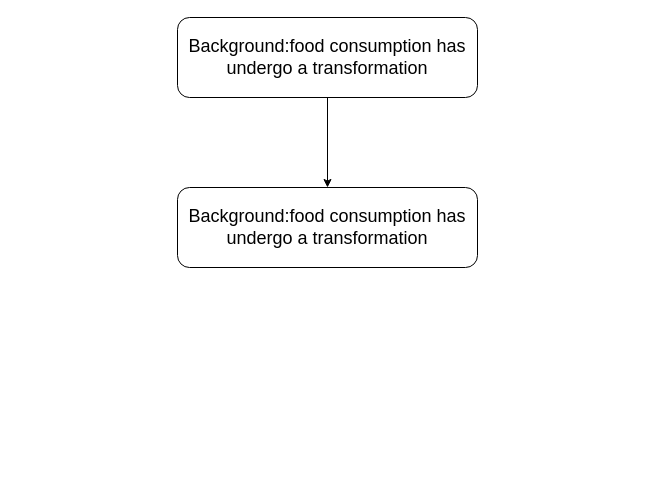
The draw.io diagram taxtmap.drawio in Hu1999824/hello-world, before the edit. Source tidied: cells renumbered, new cells numbered last; positions are measured from the earlier drawing's top-left corner, leaving out a move shared by most shapes. Both pictures are drawn from the tidied source at 100%, with x=0, y=0 at pixel (177, 17).
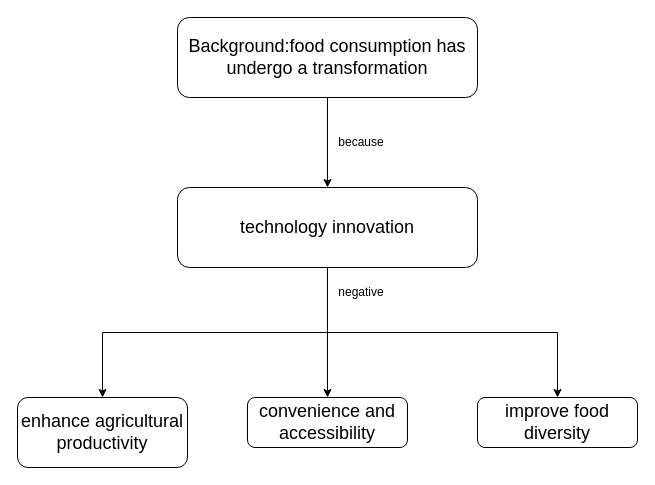
Above is the later version.

What changed in the source:
```diff
@@
 <mxGraphModel>
   <root>
     <mxCell id="0" />
     <mxCell id="1" parent="0" />
     <mxCell id="2" style="edgeStyle=orthogonalEdgeStyle;rounded=0;jettySize=auto;html=1;entryX=0.5;entryY=0;entryDx=0;entryDy=0;" parent="1" edge="1" source="3" target="4">
       <mxGeometry relative="1" as="geometry" />
     </mxCell>
     <mxCell id="3" value="&lt;font style=&quot;font-size: 18px;&quot;&gt;Background:food consumption has undergo a transformation&lt;/font&gt;" style="rounded=1;whiteSpace=wrap;html=1;fontSize=12;glass=0;strokeWidth=1;shadow=0;" parent="1" vertex="1">
       <mxGeometry width="300" height="80" as="geometry" />
     </mxCell>
+    <mxCell id="5" style="edgeStyle=orthogonalEdgeStyle;rounded=0;jettySize=auto;html=1;" parent="1" edge="1" source="4" target="9">
+      <mxGeometry relative="1" as="geometry" />
+    </mxCell>
+    <mxCell id="6" style="edgeStyle=orthogonalEdgeStyle;rounded=0;jettySize=auto;html=1;exitX=0.5;exitY=1;exitDx=0;exitDy=0;entryX=0.5;entryY=0;entryDx=0;entryDy=0;" parent="1" edge="1" source="4" target="11">
+      <mxGeometry relative="1" as="geometry" />
+    </mxCell>
+    <mxCell id="7" style="edgeStyle=orthogonalEdgeStyle;rounded=0;jettySize=auto;html=1;exitX=0.5;exitY=1;exitDx=0;exitDy=0;" parent="1" edge="1" source="4" target="12">
+      <mxGeometry relative="1" as="geometry" />
+    </mxCell>
-    <mxCell id="4" value="&lt;font style=&quot;font-size: 18px;&quot;&gt;Background:food consumption has undergo a transformation&lt;/font&gt;" style="rounded=1;whiteSpace=wrap;html=1;fontSize=12;glass=0;strokeWidth=1;shadow=0;" parent="1" vertex="1">
+    <mxCell id="4" value="&lt;font style=&quot;font-size: 18px;&quot;&gt;technology innovation&lt;/font&gt;" style="rounded=1;whiteSpace=wrap;html=1;fontSize=12;glass=0;strokeWidth=1;shadow=0;" parent="1" vertex="1">
       <mxGeometry y="170" width="300" height="80" as="geometry" />
     </mxCell>
+    <mxCell id="8" value="because" style="text;strokeColor=none;align=center;fillColor=none;html=1;verticalAlign=middle;whiteSpace=wrap;rounded=0;" parent="1" vertex="1">
+      <mxGeometry x="154" y="110" width="60" height="30" as="geometry" />
+    </mxCell>
+    <mxCell id="9" value="&lt;font style=&quot;font-size: 18px;&quot;&gt;enhance agricultural productivity&lt;/font&gt;" style="rounded=1;whiteSpace=wrap;html=1;fontSize=12;glass=0;strokeWidth=1;shadow=0;" parent="1" vertex="1">
+      <mxGeometry x="-160" y="380" width="170" height="70" as="geometry" />
+    </mxCell>
+    <mxCell id="10" value="negative" style="text;strokeColor=none;align=center;fillColor=none;html=1;verticalAlign=middle;whiteSpace=wrap;rounded=0;" parent="1" vertex="1">
+      <mxGeometry x="154" y="260" width="60" height="30" as="geometry" />
+    </mxCell>
+    <mxCell id="11" value="&lt;font style=&quot;font-size: 18px;&quot;&gt;convenience and accessibility&lt;/font&gt;" style="rounded=1;whiteSpace=wrap;html=1;fontSize=12;glass=0;strokeWidth=1;shadow=0;" parent="1" vertex="1">
+      <mxGeometry x="70" y="380" width="160" height="50" as="geometry" />
+    </mxCell>
+    <mxCell id="12" value="&lt;font style=&quot;font-size: 18px;&quot;&gt;improve food diversity&lt;/font&gt;" style="rounded=1;whiteSpace=wrap;html=1;fontSize=12;glass=0;strokeWidth=1;shadow=0;" parent="1" vertex="1">
+      <mxGeometry x="300" y="380" width="160" height="50" as="geometry" />
+    </mxCell>
   </root>
 </mxGraphModel>
```
